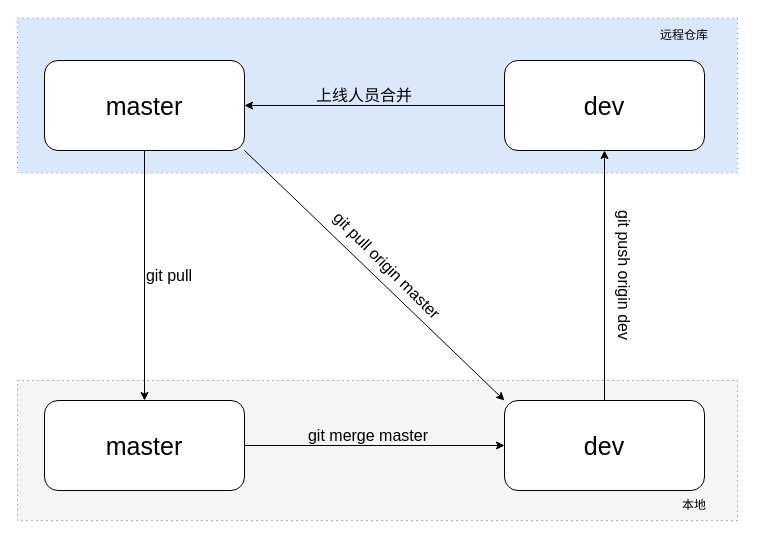
Above: gIt上线流程.drawio in jchen811/draw (draw.io), before the change. Source tidied: cells renumbered, new cells numbered last; positions are measured from the earlier drawing's top-left corner, leaving out a move shared by most shapes. Both pictures are drawn from the tidied source at 100%, with x=0, y=0 at pixel (17, 18).
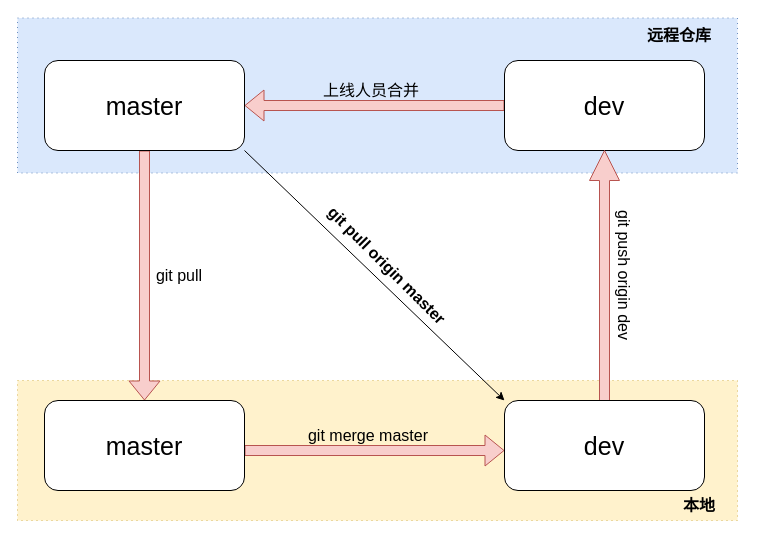
The same diagram, later.

Commit message (it also covers changes not shown here):
更新gIt上线流程.drawio

Unchanged cells that the change refers to:
```xml
<mxCell id="5" value="&lt;font style=&quot;font-size: 25px;&quot;&gt;master&lt;/font&gt;" style="rounded=1;whiteSpace=wrap;html=1;" parent="1" vertex="1">
  <mxGeometry x="27" y="42" width="200" height="90" as="geometry" />
</mxCell>
<mxCell id="7" value="&lt;font style=&quot;font-size: 25px;&quot;&gt;dev&lt;/font&gt;" style="rounded=1;whiteSpace=wrap;html=1;" parent="1" vertex="1">
  <mxGeometry x="487" y="42" width="200" height="90" as="geometry" />
</mxCell>
<mxCell id="9" value="&lt;font style=&quot;font-size: 25px;&quot;&gt;master&lt;/font&gt;" style="rounded=1;whiteSpace=wrap;html=1;" parent="1" vertex="1">
  <mxGeometry x="27" y="382" width="200" height="90" as="geometry" />
</mxCell>
<mxCell id="11" value="&lt;font style=&quot;font-size: 25px;&quot;&gt;dev&lt;/font&gt;" style="rounded=1;whiteSpace=wrap;html=1;" parent="1" vertex="1">
  <mxGeometry x="487" y="382" width="200" height="90" as="geometry" />
</mxCell>
```

What changed in the source:
```diff
@@
-    <mxCell id="2" style="rounded=0;whiteSpace=wrap;html=1;fillColor=#f5f5f5;strokeColor=#666666;dashed=1;dashPattern=1 4;fontColor=#333333;" parent="1" vertex="1">
+    <mxCell id="2" style="rounded=0;whiteSpace=wrap;html=1;fillColor=#fff2cc;strokeColor=#d6b656;dashed=1;dashPattern=1 4;" parent="1" vertex="1">
       <mxGeometry y="362" width="720" height="140" as="geometry" />
     </mxCell>
@@
-    <mxCell id="4" style="edgeStyle=orthogonalEdgeStyle;rounded=0;jettySize=auto;html=1;exitX=0.5;exitY=1;exitDx=0;exitDy=0;" parent="1" edge="1" source="5" target="9">
+    <mxCell id="4" style="edgeStyle=orthogonalEdgeStyle;rounded=0;jettySize=auto;html=1;exitX=0.5;exitY=1;exitDx=0;exitDy=0;shape=flexArrow;fillColor=#f8cecc;strokeColor=#b85450;" parent="1" edge="1" source="5" target="9">
       <mxGeometry relative="1" as="geometry" />
     </mxCell>
@@
-    <mxCell id="6" style="edgeStyle=orthogonalEdgeStyle;rounded=0;jettySize=auto;html=1;entryX=1;entryY=0.5;entryDx=0;entryDy=0;" parent="1" edge="1" source="7" target="5">
+    <mxCell id="6" style="edgeStyle=orthogonalEdgeStyle;rounded=0;jettySize=auto;html=1;entryX=1;entryY=0.5;entryDx=0;entryDy=0;shape=flexArrow;fillColor=#f8cecc;strokeColor=#b85450;" parent="1" edge="1" source="7" target="5">
       <mxGeometry relative="1" as="geometry" />
     </mxCell>
@@
-    <mxCell id="8" style="edgeStyle=orthogonalEdgeStyle;rounded=0;jettySize=auto;html=1;entryX=0;entryY=0.5;entryDx=0;entryDy=0;" parent="1" edge="1" source="9" target="11">
-      <mxGeometry relative="1" as="geometry" />
+    <mxCell id="8" style="edgeStyle=orthogonalEdgeStyle;rounded=0;orthogonalLoop=1;jettySize=auto;html=1;entryX=0;entryY=0.5;entryDx=0;entryDy=0;shape=flexArrow;fillColor=#f8cecc;strokeColor=#b85450;" parent="1" edge="1">
+      <mxGeometry relative="1" as="geometry">
+        <mxPoint x="227" y="432" as="sourcePoint" />
+        <mxPoint x="487" y="432" as="targetPoint" />
+      </mxGeometry>
     </mxCell>
@@
-    <mxCell id="10" style="edgeStyle=orthogonalEdgeStyle;rounded=0;jettySize=auto;html=1;entryX=0.5;entryY=1;entryDx=0;entryDy=0;" parent="1" edge="1" source="11" target="7">
+    <mxCell id="10" style="edgeStyle=orthogonalEdgeStyle;rounded=0;jettySize=auto;html=1;entryX=0.5;entryY=1;entryDx=0;entryDy=0;shape=arrow;fillColor=#f8cecc;strokeColor=#b85450;" parent="1" edge="1" source="11" target="7">
       <mxGeometry relative="1" as="geometry" />
     </mxCell>
@@
     <mxCell id="12" value="&lt;font style=&quot;font-size: 16px;&quot;&gt;git pull&lt;/font&gt;" style="text;html=1;align=center;verticalAlign=middle;whiteSpace=wrap;rounded=0;" parent="1" vertex="1">
-      <mxGeometry x="127" y="242" width="50" height="30" as="geometry" />
+      <mxGeometry x="137" y="242" width="50" height="30" as="geometry" />
     </mxCell>
@@
-    <mxCell id="14" value="&lt;font style=&quot;font-size: 16px;&quot;&gt;git pull origin master&lt;/font&gt;" style="text;html=1;align=center;verticalAlign=middle;whiteSpace=wrap;rounded=0;rotation=45;" parent="1" vertex="1">
+    <mxCell id="14" value="&lt;font style=&quot;font-size: 16px;&quot;&gt;&lt;b&gt;git pull origin master&lt;/b&gt;&lt;/font&gt;" style="text;html=1;align=center;verticalAlign=middle;whiteSpace=wrap;rounded=0;rotation=45;" parent="1" vertex="1">
       <mxGeometry x="267" y="232" width="206" height="30" as="geometry" />
     </mxCell>
     <mxCell id="15" value="&lt;font style=&quot;font-size: 16px;&quot;&gt;上线人员合并&lt;/font&gt;" style="text;html=1;align=center;verticalAlign=middle;whiteSpace=wrap;rounded=0;" parent="1" vertex="1">
-      <mxGeometry x="282" y="62" width="130" height="30" as="geometry" />
+      <mxGeometry x="289" y="57" width="130" height="30" as="geometry" />
     </mxCell>
@@
-    <mxCell id="18" value="远程仓库" style="text;html=1;align=center;verticalAlign=middle;whiteSpace=wrap;rounded=0;" parent="1" vertex="1">
-      <mxGeometry x="637" y="2" width="60" height="30" as="geometry" />
+    <mxCell id="18" value="&lt;font style=&quot;font-size: 16px;&quot;&gt;&lt;b&gt;远程仓库&lt;/b&gt;&lt;/font&gt;" style="text;html=1;align=center;verticalAlign=middle;whiteSpace=wrap;rounded=0;" parent="1" vertex="1">
+      <mxGeometry x="587" y="2" width="150" height="30" as="geometry" />
     </mxCell>
-    <mxCell id="19" value="本地" style="text;html=1;align=center;verticalAlign=middle;whiteSpace=wrap;rounded=0;" parent="1" vertex="1">
-      <mxGeometry x="647" y="472" width="60" height="30" as="geometry" />
+    <mxCell id="19" value="&lt;font style=&quot;font-size: 16px;&quot;&gt;&lt;b&gt;本地&lt;/b&gt;&lt;/font&gt;" style="text;html=1;align=center;verticalAlign=middle;whiteSpace=wrap;rounded=0;" parent="1" vertex="1">
+      <mxGeometry x="647" y="472" width="70" height="30" as="geometry" />
     </mxCell>
```
